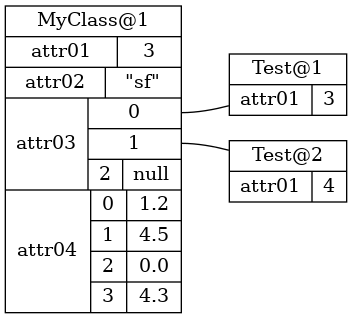
Above: object_graph_example.png in mathieu-bergeron/aiguilleur (Graphviz), before the change. Its source is kept beside it as object_graph_example.dot.
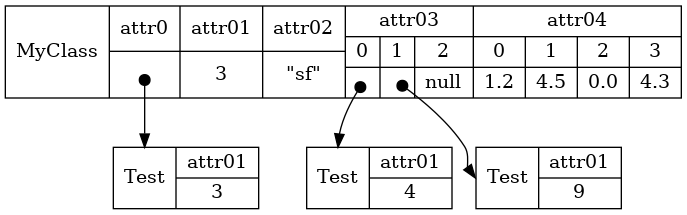
The same file after the commit.

The edit, as a diff of the source:
```diff
@@ -1,12 +1,16 @@
-graph "simpleGraph01" {
-    graph ["rankdir"="LR"]
+digraph "MockLinkedList" {
+    graph []
 
-    "A" [shape="record","label"="Test@1|{attr01|3}"]
-    "C" [shape="record","label"="Test@2|{attr01|4}"]
+    "B" [shape="record","label"="<Test@1>Test|{attr01|3}"];
+    "C" [shape="record","label"="<Test@2>Test|{attr01|4}"];
+    "D" [shape="record","label"="<Test@3>Test|{attr01|9}"];
 
-    "B" [shape="record","label"="MyClass@1|{attr01|3}|{attr02|\"sf\"}|{attr03|{<port01>0|<port02>1|{2|null}}}|{attr04|{{0|1.2}|{1|4.5}|{2|0.0}|{3|4.3}}}","style"="filled","fillcolor"="white"];
+    "A" [shape="record","label"="MyClass|{attr0|<A-attr_0>}|{attr01|3}|{attr02|\"sf\"}|{attr03|{{0|<port01>}|{1|<port02>}|{2|null}}}|{attr04|{{0|1.2}|{1|4.5}|{2|0.0}|{3|4.3}}}","style"="filled","fillcolor"="white"];
 
 
-    "B":"port01" -- "A"
-    "B":"port02" -- "C"
+
+    "A":"A-attr_0":c -> "B":"Test@1" ["tailclip"="false", "arrowtail"="dot", "dir"="both"];
+    "A":"port01":c -> "C":"Test@2" ["tailclip"="false", "arrowtail"="dot", "dir"="both"];
+    "A":"port02":c -> "D":"Test@3" ["tailclip"="false", "arrowtail"="dot", "dir"="both"];
+
 }
```
